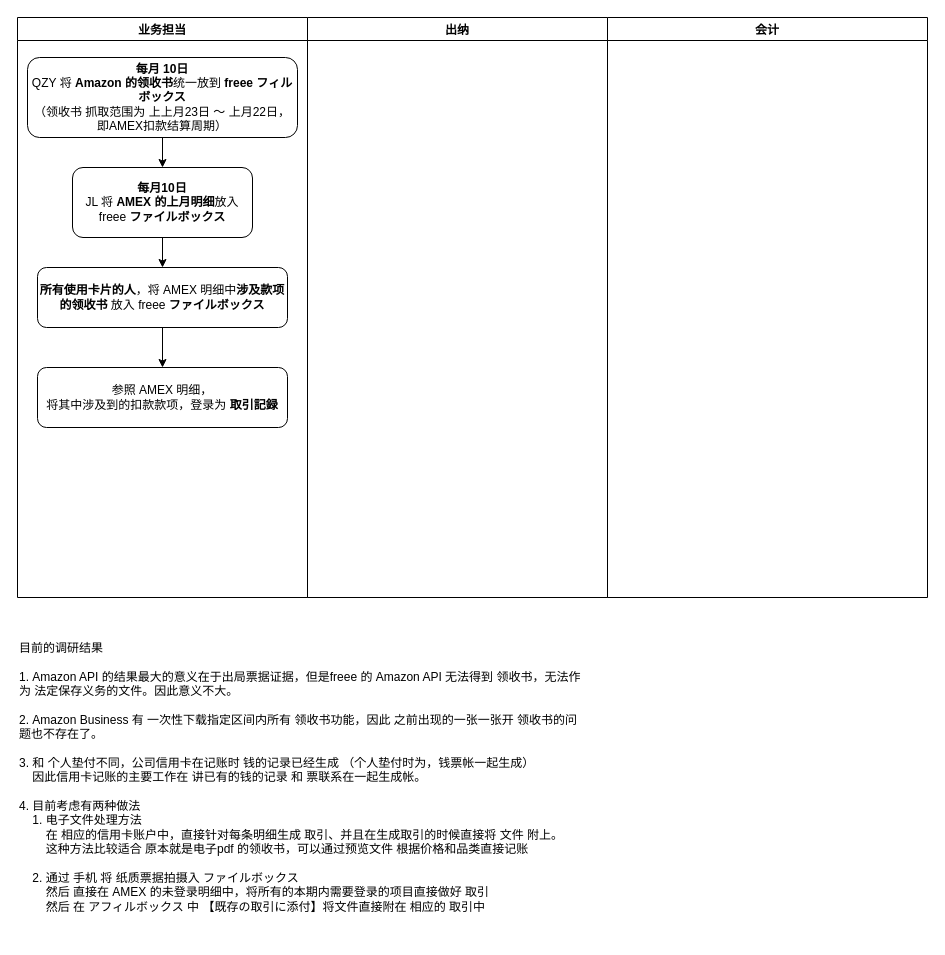
Before: page "付款-公司信用卡" (4 of 4) of payment.drawio in niltsh/drawing, a draw.io diagram. Source tidied: cells renumbered, new cells numbered last; positions are measured from the earlier drawing's top-left corner, leaving out a move shared by most shapes. Both pictures are drawn from the tidied source at 100%, with x=0, y=0 at pixel (17, 17).
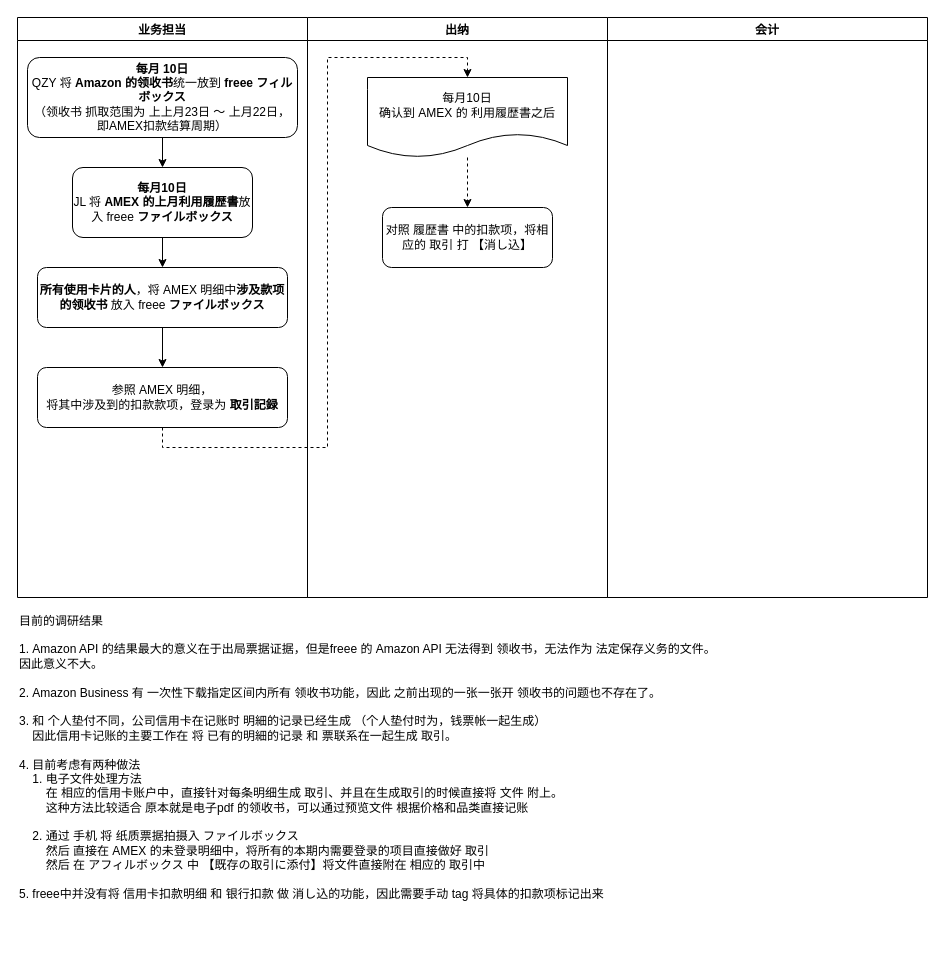
Above is the later version.

Diff of the diagram source:
```diff
@@
 <mxGraphModel>
   <root>
     <mxCell id="0" />
     <mxCell id="1" parent="0" />
     <mxCell id="2" value="业务担当" style="swimlane;" parent="1" vertex="1">
       <mxGeometry width="290" height="580" as="geometry" />
     </mxCell>
     <mxCell id="3" style="edgeStyle=orthogonalEdgeStyle;rounded=0;jettySize=auto;html=1;exitX=0.5;exitY=1;exitDx=0;exitDy=0;entryX=0.5;entryY=0;entryDx=0;entryDy=0;" parent="2" edge="1" source="4" target="6">
       <mxGeometry relative="1" as="geometry" />
     </mxCell>
-    <mxCell id="4" value="&lt;b&gt;每月10日&lt;/b&gt;&lt;br&gt;JL 将&lt;b&gt; AMEX 的上月明细&lt;/b&gt;放入 freee &lt;b&gt;ファイルボックス&lt;/b&gt;" style="rounded=1;whiteSpace=wrap;html=1;" parent="2" vertex="1">
+    <mxCell id="4" value="&lt;b&gt;每月10日&lt;/b&gt;&lt;br&gt;JL 将&lt;b&gt; AMEX 的上月利用履歴書&lt;/b&gt;放入 freee &lt;b&gt;ファイルボックス&lt;/b&gt;" style="rounded=1;whiteSpace=wrap;html=1;" parent="2" vertex="1">
       <mxGeometry x="55" y="150" width="180" height="70" as="geometry" />
     </mxCell>
     <mxCell id="5" style="edgeStyle=orthogonalEdgeStyle;rounded=0;jettySize=auto;html=1;exitX=0.5;exitY=1;exitDx=0;exitDy=0;entryX=0.5;entryY=0;entryDx=0;entryDy=0;" parent="2" edge="1" source="6" target="9">
       <mxGeometry relative="1" as="geometry" />
     </mxCell>
     <mxCell id="6" value="&lt;b&gt;所有使用卡片的人&lt;/b&gt;，将 AMEX 明细中&lt;b&gt;涉及款项的领收书&lt;/b&gt; 放入 freee &lt;b&gt;ファイルボックス&lt;/b&gt;" style="rounded=1;whiteSpace=wrap;html=1;" parent="2" vertex="1">
       <mxGeometry x="20" y="250" width="250" height="60" as="geometry" />
     </mxCell>
     <mxCell id="7" style="edgeStyle=orthogonalEdgeStyle;rounded=0;jettySize=auto;html=1;exitX=0.5;exitY=1;exitDx=0;exitDy=0;entryX=0.5;entryY=0;entryDx=0;entryDy=0;" parent="2" edge="1" source="8" target="4">
       <mxGeometry relative="1" as="geometry" />
     </mxCell>
     <mxCell id="8" value="&lt;b&gt;每月 10日&lt;/b&gt;&lt;br&gt;QZY 将 &lt;b&gt;Amazon 的领收书&lt;/b&gt;统一放到 &lt;b&gt;freee フィルボックス&lt;br&gt;&lt;/b&gt;（领收书 抓取范围为 上上月23日 ～ 上月22日，即AMEX扣款结算周期）" style="rounded=1;whiteSpace=wrap;html=1;" parent="2" vertex="1">
       <mxGeometry x="10" y="40" width="270" height="80" as="geometry" />
     </mxCell>
     <mxCell id="9" value="参照 AMEX 明细，&lt;br&gt;将其中涉及到的扣款款项，登录为 &lt;b&gt;取引記録&lt;/b&gt;" style="rounded=1;whiteSpace=wrap;html=1;" parent="2" vertex="1">
       <mxGeometry x="20" y="350" width="250" height="60" as="geometry" />
     </mxCell>
     <mxCell id="10" value="出纳" style="swimlane;" parent="1" vertex="1">
       <mxGeometry x="290" width="300" height="580" as="geometry" />
     </mxCell>
+    <mxCell id="13" style="edgeStyle=orthogonalEdgeStyle;rounded=0;jettySize=auto;html=1;entryX=0.5;entryY=0;entryDx=0;entryDy=0;dashed=1;" parent="10" edge="1" source="14" target="15">
+      <mxGeometry relative="1" as="geometry" />
+    </mxCell>
+    <mxCell id="14" value="每月10日&lt;br&gt;确认到 AMEX 的 利用履歴書之后" style="shape=document;whiteSpace=wrap;html=1;boundedLbl=1;" parent="10" vertex="1">
+      <mxGeometry x="60" y="60" width="200" height="80" as="geometry" />
+    </mxCell>
+    <mxCell id="15" value="对照 履歴書 中的扣款项，将相应的 取引 打 【消し込】" style="rounded=1;whiteSpace=wrap;html=1;" parent="10" vertex="1">
+      <mxGeometry x="75" y="190" width="170" height="60" as="geometry" />
+    </mxCell>
     <mxCell id="11" value="会计" style="swimlane;" parent="1" vertex="1">
       <mxGeometry x="590" width="320" height="580" as="geometry" />
     </mxCell>
-    <mxCell id="12" value="目前的调研结果&lt;br&gt;&lt;br&gt;1. Amazon API 的结果最大的意义在于出局票据证据，但是freee 的 Amazon API 无法得到 领收书，无法作为 法定保存义务的文件。因此意义不大。&lt;br&gt;&lt;br&gt;2. Amazon Business 有 一次性下载指定区间内所有 领收书功能，因此 之前出现的一张一张开 领收书的问题也不存在了。&lt;br&gt;&lt;br&gt;3. 和 个人垫付不同，公司信用卡在记账时 钱的记录已经生成 （个人垫付时为，钱票帐一起生成）&lt;br&gt;&amp;nbsp; &amp;nbsp; 因此信用卡记账的主要工作在 讲已有的钱的记录 和 票联系在一起生成帐。&lt;br&gt;&lt;br&gt;4. 目前考虑有两种做法&lt;br&gt;&amp;nbsp; &amp;nbsp; 1. 电子文件处理方法&lt;br&gt;&amp;nbsp; &amp;nbsp; &amp;nbsp; &amp;nbsp; 在 相应的信用卡账户中，直接针对每条明细生成 取引、并且在生成取引的时候直接将 文件 附上。&lt;br&gt;&amp;nbsp; &amp;nbsp; &amp;nbsp; &amp;nbsp; 这种方法比较适合 原本就是电子pdf 的领收书，可以通过预览文件 根据价格和品类直接记账&lt;br&gt;&amp;nbsp; &amp;nbsp; &lt;br&gt;&amp;nbsp; &amp;nbsp; 2. 通过 手机 将 纸质票据拍摄入 ファイルボックス&lt;br&gt;&amp;nbsp; &amp;nbsp; &amp;nbsp; &amp;nbsp; 然后 直接在 AMEX 的未登录明细中，将所有的本期内需要登录的项目直接做好 取引&lt;br&gt;&amp;nbsp; &amp;nbsp; &amp;nbsp; &amp;nbsp; 然后 在 アフィルボックス 中 【既存の取引に添付】将文件直接附在 相应的 取引中" style="text;html=1;strokeColor=none;fillColor=none;align=left;verticalAlign=middle;whiteSpace=wrap;rounded=0;" parent="1" vertex="1">
-      <mxGeometry y="600" width="570" height="320" as="geometry" />
+    <mxCell id="12" value="目前的调研结果&lt;br&gt;&lt;br&gt;1. Amazon API 的结果最大的意义在于出局票据证据，但是freee 的 Amazon API 无法得到 领收书，无法作为 法定保存义务的文件。因此意义不大。&lt;br&gt;&lt;br&gt;2. Amazon Business 有 一次性下载指定区间内所有 领收书功能，因此 之前出现的一张一张开 领收书的问题也不存在了。&lt;br&gt;&lt;br&gt;3. 和 个人垫付不同，公司信用卡在记账时 明細的记录已经生成 （个人垫付时为，钱票帐一起生成）&lt;br&gt;&amp;nbsp; &amp;nbsp; 因此信用卡记账的主要工作在 将 已有的明細的记录 和 票联系在一起生成 取引。&lt;br&gt;&lt;br&gt;4. 目前考虑有两种做法&lt;br&gt;&amp;nbsp; &amp;nbsp; 1. 电子文件处理方法&lt;br&gt;&amp;nbsp; &amp;nbsp; &amp;nbsp; &amp;nbsp; 在 相应的信用卡账户中，直接针对每条明细生成 取引、并且在生成取引的时候直接将 文件 附上。&lt;br&gt;&amp;nbsp; &amp;nbsp; &amp;nbsp; &amp;nbsp; 这种方法比较适合 原本就是电子pdf 的领收书，可以通过预览文件 根据价格和品类直接记账&lt;br&gt;&amp;nbsp; &amp;nbsp; &lt;br&gt;&amp;nbsp; &amp;nbsp; 2. 通过 手机 将 纸质票据拍摄入 ファイルボックス&lt;br&gt;&amp;nbsp; &amp;nbsp; &amp;nbsp; &amp;nbsp; 然后 直接在 AMEX 的未登录明细中，将所有的本期内需要登录的项目直接做好 取引&lt;br&gt;&amp;nbsp; &amp;nbsp; &amp;nbsp; &amp;nbsp; 然后 在 アフィルボックス 中 【既存の取引に添付】将文件直接附在 相应的 取引中&lt;br&gt;&lt;br&gt;5. freee中并没有将 信用卡扣款明细 和 银行扣款 做 消し込的功能，因此需要手动 tag 将具体的扣款项标记出来&amp;nbsp;" style="text;html=1;strokeColor=none;fillColor=none;align=left;verticalAlign=middle;whiteSpace=wrap;rounded=0;" parent="1" vertex="1">
+      <mxGeometry y="600" width="710" height="280" as="geometry" />
     </mxCell>
+    <mxCell id="16" style="edgeStyle=orthogonalEdgeStyle;rounded=0;jettySize=auto;html=1;exitX=0.5;exitY=1;exitDx=0;exitDy=0;entryX=0.5;entryY=0;entryDx=0;entryDy=0;dashed=1;" parent="1" edge="1" source="9" target="14">
+      <mxGeometry relative="1" as="geometry" />
+    </mxCell>
   </root>
 </mxGraphModel>
```
